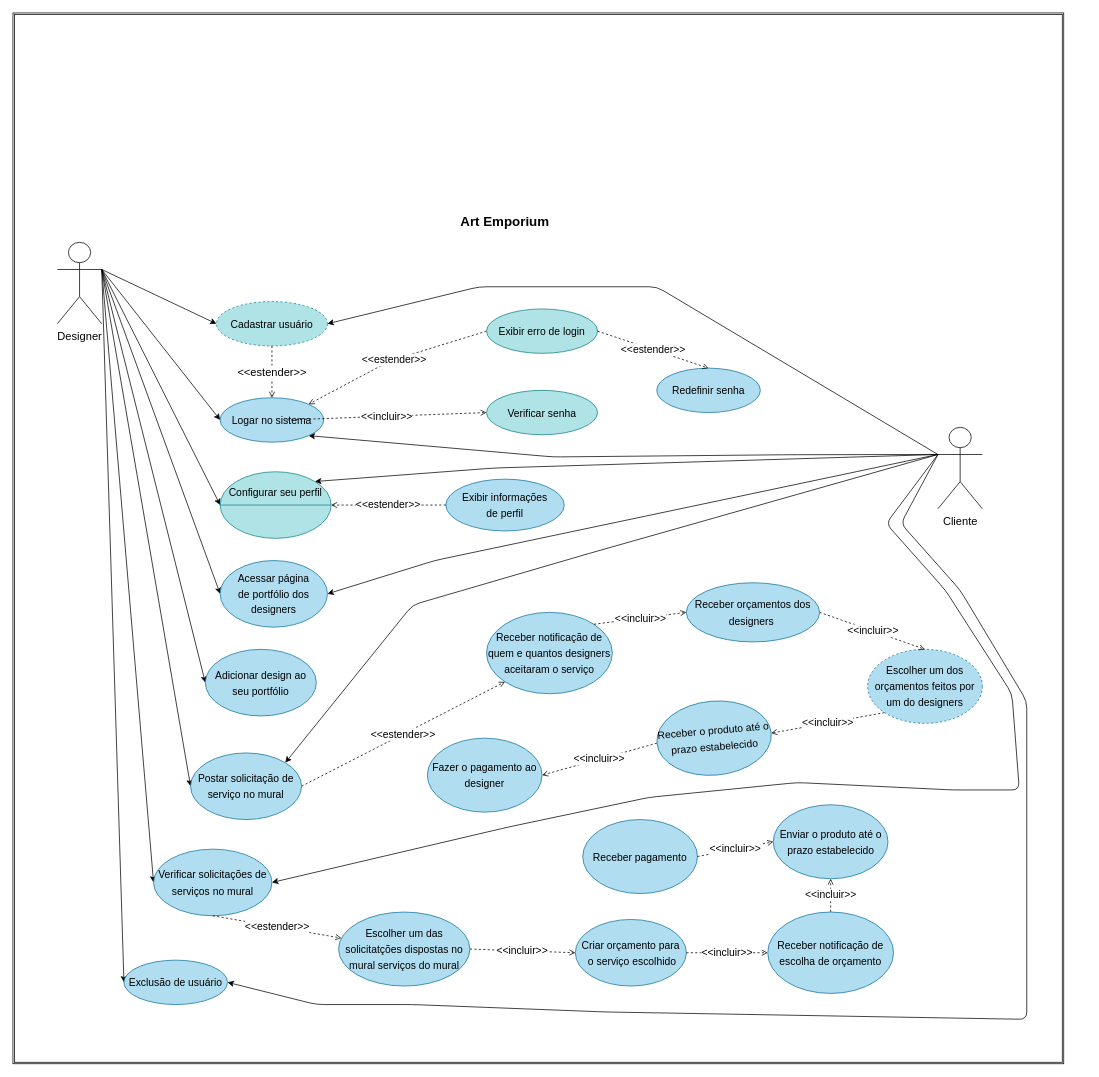
Above: Docs/caso _de_uso - Copia.drawio in Clara-ang/Art_Emporium2 (draw.io), before the change. Source tidied: cells renumbered, new cells numbered last; positions are measured from the earlier drawing's top-left corner, leaving out a move shared by most shapes. Both pictures are drawn from the tidied source at 74%, with x=0, y=0 at pixel (13, 13).
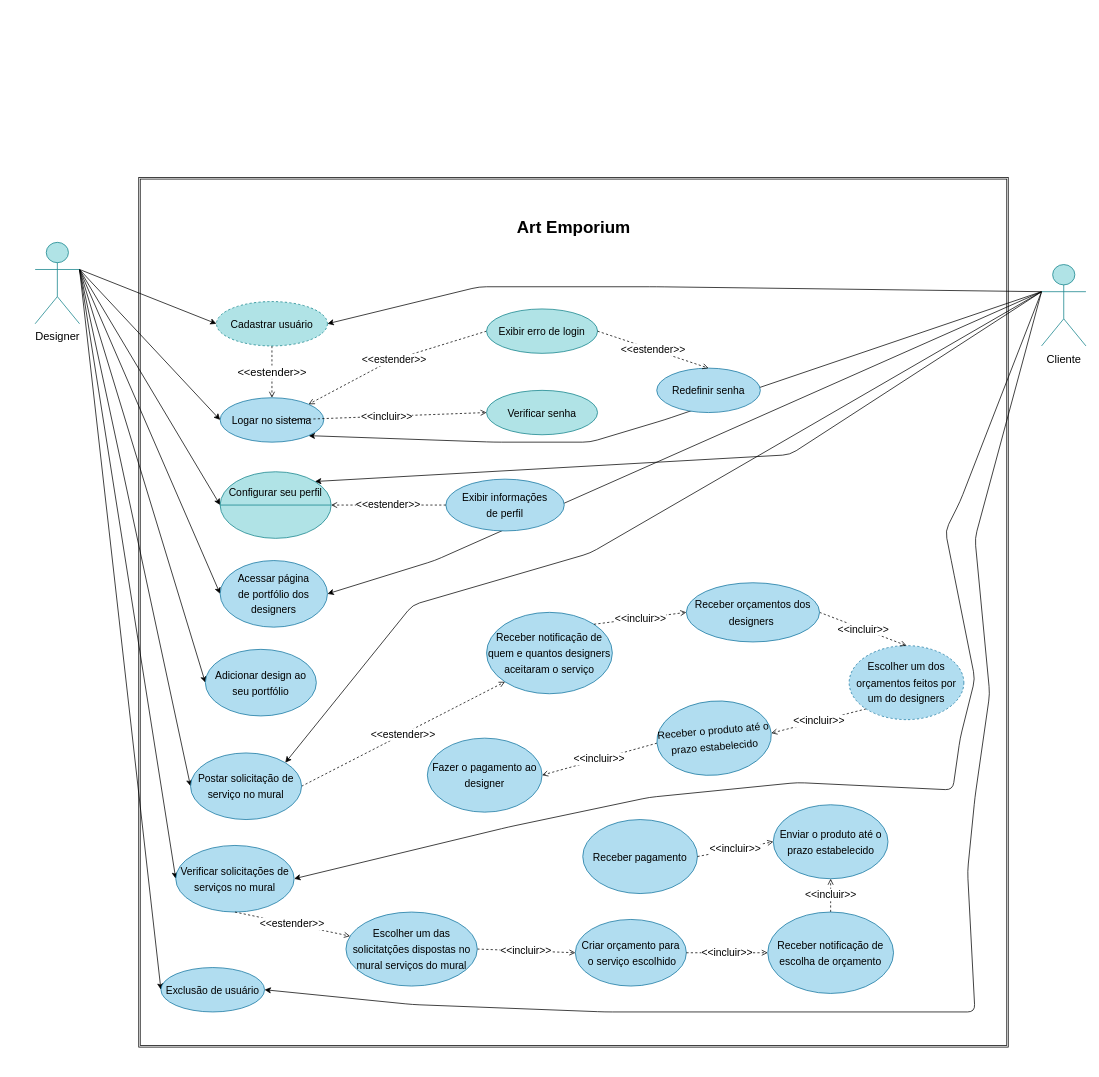
Above is the later version.

Unchanged cells that the change refers to:
```xml
<mxCell id="11" value="&lt;font style=&quot;font-size: 14px&quot; color=&quot;#000000&quot;&gt;Logar no sistema&lt;/font&gt;" style="ellipse;whiteSpace=wrap;html=1;fontSize=18;fillColor=#b1ddf0;strokeColor=#10739e;" parent="1" vertex="1">
  <mxGeometry x="280" y="520" width="140" height="60" as="geometry" />
</mxCell>
<mxCell id="56" value="&lt;font color=&quot;#000000&quot;&gt;Configurar seu perfil&lt;br&gt;&lt;br&gt;&lt;br&gt;&lt;/font&gt;" style="shape=lineEllipse;perimeter=ellipsePerimeter;whiteSpace=wrap;html=1;backgroundOutline=1;fontSize=14;strokeColor=#0e8088;fillColor=#b0e3e6;" parent="1" vertex="1">
  <mxGeometry x="280" y="620" width="150" height="90" as="geometry" />
</mxCell>
```

What changed in the source:
```diff
@@
     <mxCell id="2" style="shape=ext;double=1;whiteSpace=wrap;html=1;" parent="1" vertex="1">
-      <mxGeometry width="1420" height="1420" as="geometry" />
+      <mxGeometry x="170" y="222.5" width="1175" height="1175" as="geometry" />
     </mxCell>
-    <mxCell id="3" value="&lt;h1&gt;&lt;font style=&quot;font-size: 18px&quot;&gt;Art Emporium&lt;/font&gt;&lt;/h1&gt;" style="text;html=1;strokeColor=none;fillColor=none;spacing=5;spacingTop=-20;whiteSpace=wrap;overflow=hidden;rounded=0;align=center;" parent="1" vertex="1">
-      <mxGeometry x="570" y="260" width="190" height="50" as="geometry" />
+    <mxCell id="3" value="&lt;h1&gt;&lt;font style=&quot;font-size: 23px&quot;&gt;Art Emporium&lt;/font&gt;&lt;/h1&gt;" style="text;html=1;strokeColor=none;fillColor=none;spacing=5;spacingTop=-20;whiteSpace=wrap;overflow=hidden;rounded=0;align=center;" parent="1" vertex="1">
+      <mxGeometry x="662.5" y="270" width="190" height="50" as="geometry" />
     </mxCell>
@@
-    <mxCell id="5" style="edgeStyle=none;html=1;exitX=0;exitY=0.3333333333333333;exitDx=0;exitDy=0;exitPerimeter=0;entryX=1;entryY=1;entryDx=0;entryDy=0;" parent="1" edge="1" source="10" target="11">
+    <mxCell id="5" style="edgeStyle=none;html=1;exitX=0;exitY=0.3333333333333333;exitDx=0;exitDy=0;exitPerimeter=0;entryX=1;entryY=0;entryDx=0;entryDy=0;" parent="1" edge="1" source="10" target="56">
       <mxGeometry relative="1" as="geometry">
         <Array as="points">
           <mxPoint x="1050" y="597" />
-          <mxPoint x="730" y="600" />
         </Array>
       </mxGeometry>
     </mxCell>
@@
-    <mxCell id="7" style="edgeStyle=none;html=1;exitX=0;exitY=0.3333333333333333;exitDx=0;exitDy=0;exitPerimeter=0;entryX=1;entryY=0;entryDx=0;entryDy=0;" parent="1" edge="1" source="10" target="56">
+    <mxCell id="7" style="edgeStyle=none;html=1;exitX=0;exitY=0.3333333333333333;exitDx=0;exitDy=0;exitPerimeter=0;entryX=1;entryY=1;entryDx=0;entryDy=0;" parent="1" edge="1" source="10" target="11">
       <mxGeometry relative="1" as="geometry">
         <Array as="points">
-          <mxPoint x="650" y="615" />
+          <mxPoint x="880" y="550" />
+          <mxPoint x="780" y="580" />
+          <mxPoint x="650" y="580" />
         </Array>
       </mxGeometry>
     </mxCell>
@@
     <mxCell id="9" style="edgeStyle=none;html=1;exitX=0;exitY=0.3333333333333333;exitDx=0;exitDy=0;exitPerimeter=0;entryX=1;entryY=0.5;entryDx=0;entryDy=0;" parent="1" edge="1" source="10" target="33">
       <mxGeometry relative="1" as="geometry">
         <Array as="points">
-          <mxPoint x="1180" y="690" />
-          <mxPoint x="1260" y="780" />
-          <mxPoint x="1350" y="920" />
-          <mxPoint x="1360" y="1050" />
+          <mxPoint x="1280" y="660" />
+          <mxPoint x="1260" y="700" />
+          <mxPoint x="1270" y="750" />
+          <mxPoint x="1300" y="900" />
+          <mxPoint x="1280" y="980" />
           <mxPoint x="1270" y="1050" />
           <mxPoint x="1060" y="1040" />
           <mxPoint x="860" y="1060" />
           <mxPoint x="670" y="1100" />
         </Array>
       </mxGeometry>
     </mxCell>
-    <mxCell id="10" value="&lt;span style=&quot;font-size: 15px&quot;&gt;Cliente&lt;/span&gt;" style="shape=umlActor;verticalLabelPosition=bottom;verticalAlign=top;html=1;outlineConnect=0;fontSize=18;" parent="1" vertex="1">
-      <mxGeometry x="1250" y="560" width="60" height="110" as="geometry" />
+    <mxCell id="10" value="&lt;span style=&quot;font-size: 15px&quot;&gt;Cliente&lt;/span&gt;" style="shape=umlActor;verticalLabelPosition=bottom;verticalAlign=top;html=1;outlineConnect=0;fontSize=18;fillColor=#b0e3e6;strokeColor=#0e8088;" parent="1" vertex="1">
+      <mxGeometry x="1390" y="340" width="60" height="110" as="geometry" />
     </mxCell>
@@
-    <mxCell id="23" value="&lt;span style=&quot;font-size: 15px&quot;&gt;Designer&lt;/span&gt;" style="shape=umlActor;verticalLabelPosition=bottom;verticalAlign=top;html=1;outlineConnect=0;fontSize=18;" parent="1" vertex="1">
-      <mxGeometry x="60" y="310" width="60" height="110" as="geometry" />
+    <mxCell id="23" value="&lt;span style=&quot;font-size: 15px&quot;&gt;Designer&lt;/span&gt;" style="shape=umlActor;verticalLabelPosition=bottom;verticalAlign=top;html=1;outlineConnect=0;fontSize=18;fillColor=#b0e3e6;strokeColor=#0e8088;" parent="1" vertex="1">
+      <mxGeometry x="30" y="310" width="60" height="110" as="geometry" />
     </mxCell>
@@
     <mxCell id="26" value="&lt;font color=&quot;#000000&quot; style=&quot;font-size: 14px&quot;&gt;Exclusão de usuário&lt;/font&gt;" style="ellipse;whiteSpace=wrap;html=1;fontSize=18;fillColor=#b1ddf0;strokeColor=#10739e;" parent="1" vertex="1">
-      <mxGeometry x="150" y="1280" width="140" height="60" as="geometry" />
+      <mxGeometry x="200" y="1290" width="140" height="60" as="geometry" />
     </mxCell>
@@
     <mxCell id="33" value="&lt;font color=&quot;#000000&quot; style=&quot;font-size: 14px&quot;&gt;Verificar solicitações de serviços no mural&lt;/font&gt;" style="ellipse;whiteSpace=wrap;html=1;fontSize=18;fillColor=#b1ddf0;strokeColor=#10739e;" parent="1" vertex="1">
-      <mxGeometry x="190" y="1130" width="160" height="90" as="geometry" />
+      <mxGeometry x="220" y="1125" width="160" height="90" as="geometry" />
     </mxCell>
@@
     <mxCell id="36" value="&lt;font color=&quot;#000000&quot;&gt;&lt;span style=&quot;font-size: 14px&quot;&gt;Escolher um dos orçamentos feitos por um do designers&lt;/span&gt;&lt;/font&gt;" style="ellipse;whiteSpace=wrap;html=1;fontSize=18;fillColor=#b1ddf0;strokeColor=#10739e;dashed=1;rotation=0;" parent="1" vertex="1">
-      <mxGeometry x="1155" y="860" width="155" height="100" as="geometry" />
+      <mxGeometry x="1130" y="855" width="155" height="100" as="geometry" />
     </mxCell>
@@
     <mxCell id="43" value="&lt;font color=&quot;#000000&quot; style=&quot;font-size: 14px&quot;&gt;Escolher um das solicitatções dispostas no mural serviços do mural&lt;/font&gt;" style="ellipse;whiteSpace=wrap;html=1;fontSize=18;fillColor=#b1ddf0;strokeColor=#10739e;" parent="1" vertex="1">
-      <mxGeometry x="440" y="1215" width="177.5" height="100" as="geometry" />
+      <mxGeometry x="450" y="1215" width="177.5" height="100" as="geometry" />
     </mxCell>
@@
     <mxCell id="57" style="edgeStyle=none;html=1;exitX=0;exitY=0.3333333333333333;exitDx=0;exitDy=0;exitPerimeter=0;entryX=1;entryY=0.5;entryDx=0;entryDy=0;" parent="1" edge="1" source="10" target="26">
       <mxGeometry relative="1" as="geometry">
         <Array as="points">
-          <mxPoint x="1200" y="690" />
-          <mxPoint x="1280" y="780" />
-          <mxPoint x="1370" y="930" />
-          <mxPoint x="1370" y="1360" />
+          <mxPoint x="1300" y="710" />
+          <mxPoint x="1320" y="920" />
+          <mxPoint x="1300" y="1060" />
+          <mxPoint x="1290" y="1160" />
+          <mxPoint x="1300" y="1350" />
           <mxPoint x="800" y="1350" />
           <mxPoint x="540" y="1340" />
-          <mxPoint x="410" y="1340" />
         </Array>
       </mxGeometry>
     </mxCell>
```
